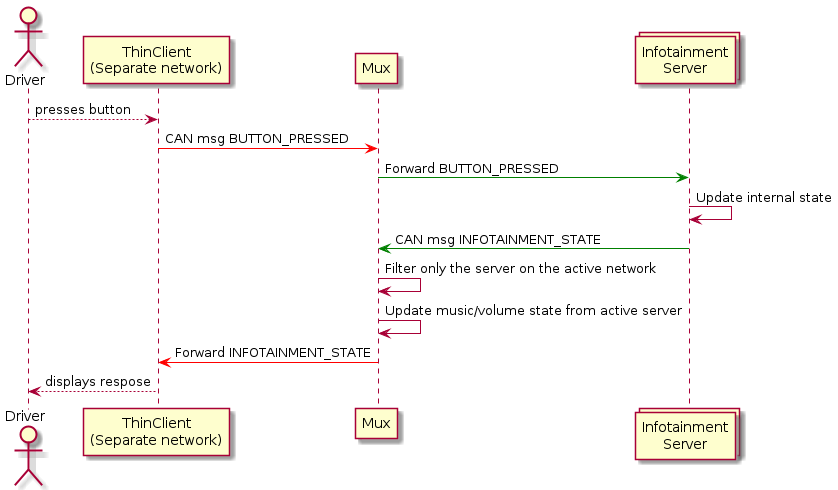
GaloisInc/BESSPIN-Tool-Suite keeps this PlantUML diagram as besspin/cyberPhys/specs/infotainment.png. Above is the earlier version.
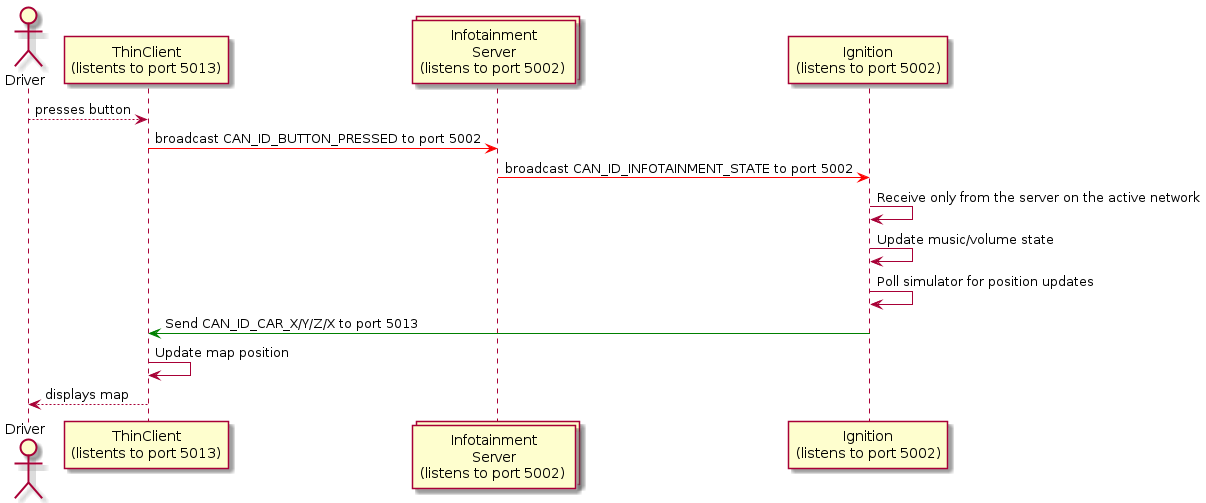
The same diagram one commit later.

Change to the diagram source:
```diff
@@ -2,18 +2,19 @@
 
 
 actor Driver
-participant "ThinClient\n(Separate network)" as ThinClient
-participant Mux
-collections "Infotainment\nServer" as Server
+participant "ThinClient\n(listents to port 5013)" as ThinClient
+collections "Infotainment\nServer\n(listens to port 5002) " as Server
+participant "Ignition\n(listens to port 5002)" as Ignition
 
 Driver --> ThinClient: presses button
-ThinClient -[#red]> Mux: CAN msg BUTTON_PRESSED
-Mux -[#green]> Server: Forward BUTTON_PRESSED
-Server -> Server: Update internal state
-Server -[#green]> Mux: CAN msg INFOTAINMENT_STATE
-Mux -> Mux: Filter only the server on the active network
-Mux -> Mux: Update music/volume state from active server
-Mux -[#red]> ThinClient: Forward INFOTAINMENT_STATE
-ThinClient --> Driver: displays respose
+ThinClient -[#red]> Server: broadcast CAN_ID_BUTTON_PRESSED to port 5002
+Server -[#red]> Ignition: broadcast CAN_ID_INFOTAINMENT_STATE to port 5002
+Ignition -> Ignition: Receive only from the server on the active network
+Ignition -> Ignition: Update music/volume state
+Ignition -> Ignition: Poll simulator for position updates
+
+Ignition -[#green]> ThinClient: Send CAN_ID_CAR_X/Y/Z/X to port 5013
+ThinClient -> ThinClient: Update map position
+ThinClient --> Driver: displays map
 
 @enduml
```
